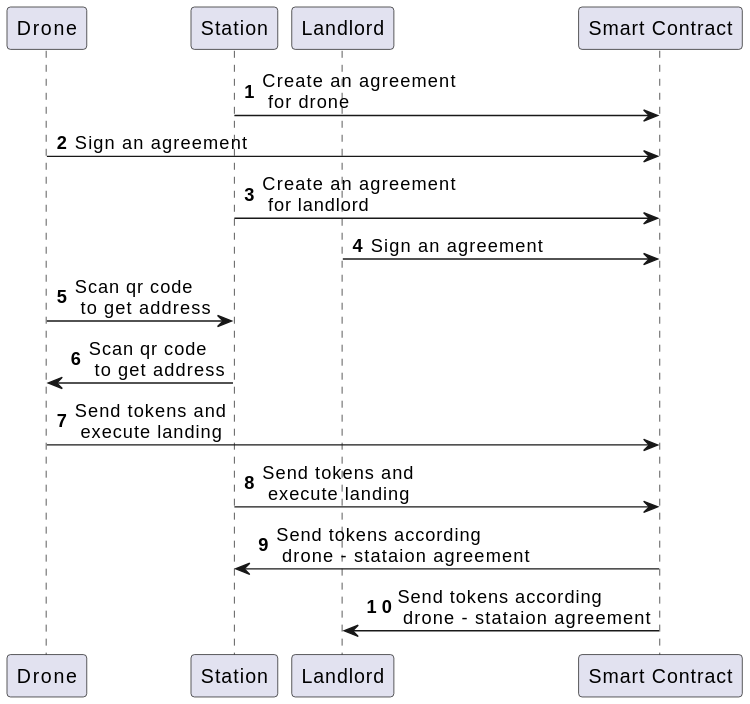
The PlantUML diagram docs/render/GroundCycle.svg in staex-io/rise-next, before a commit.
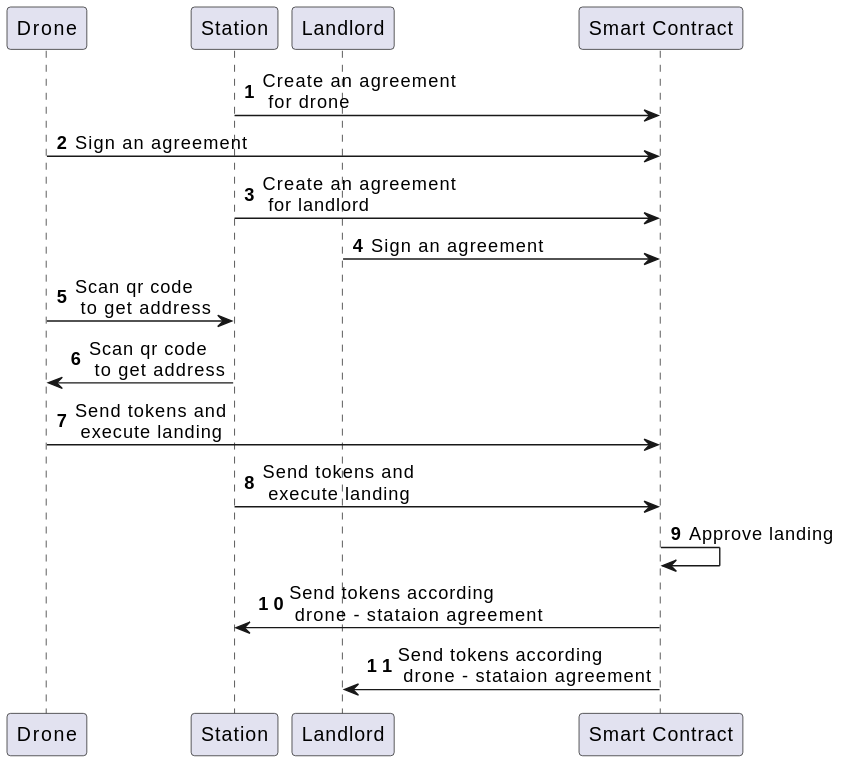
Later version of the same file.

Diff of the diagram source:
```diff
@@ -16,6 +16,7 @@
 drone -> sc: Send tokens and\n execute landing
 station -> sc: Send tokens and\n execute landing
 
+sc -> sc: Approve landing
 sc -> station: Send tokens according\n drone - stataion agreement
 sc -> landlord: Send tokens according\n drone - stataion agreement
 @enduml
```
